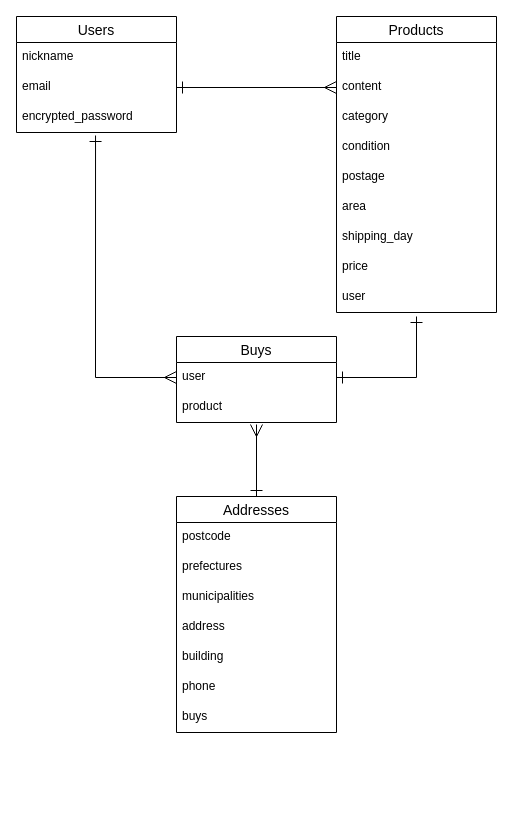
miki0221/furima-38086 keeps this draw.io diagram as ER.dio. Above is the earlier version. Source tidied: cells renumbered, new cells numbered last; positions are measured from the earlier drawing's top-left corner, leaving out a move shared by most shapes. Both pictures are drawn from the tidied source at 100%, with x=0, y=0 at pixel (16, 16).
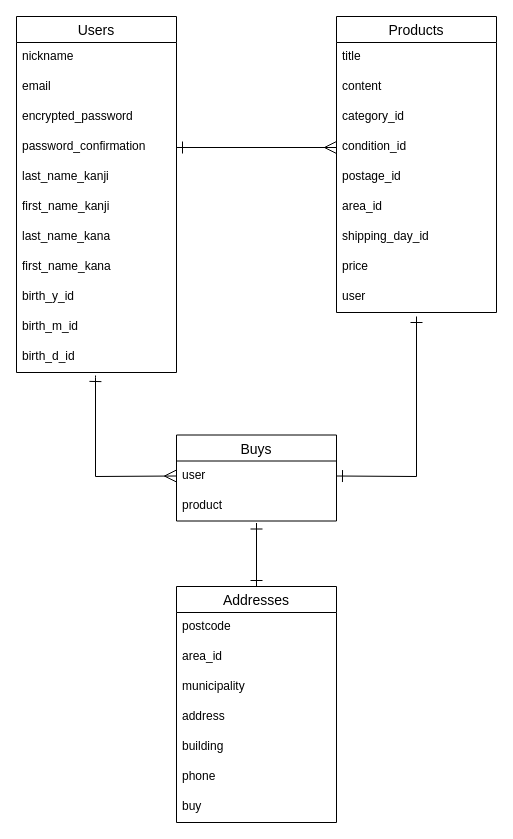
The same page after the edit.

Commit message (it also covers changes not shown here):
ER図、READMEの修正

The change refers to these unchanged cells:
```xml
<mxCell id="4" value="email" style="text;strokeColor=none;fillColor=none;spacingLeft=4;spacingRight=4;overflow=hidden;points=[[0,0.5],[1,0.5]];portConstraint=eastwest;fontSize=12;" parent="2" vertex="1">
  <mxGeometry y="56" width="160" height="30" as="geometry" />
</mxCell>
<mxCell id="6" value="Products" style="swimlane;fontStyle=0;horizontal=1;startSize=26;align=center;fontSize=14;" parent="1" vertex="1">
  <mxGeometry x="320" width="160" height="296" as="geometry" />
</mxCell>
<mxCell id="8" value="content" style="text;strokeColor=none;fillColor=none;spacingLeft=4;spacingRight=4;overflow=hidden;points=[[0,0.5],[1,0.5]];portConstraint=eastwest;fontSize=12;" parent="6" vertex="1">
  <mxGeometry y="56" width="160" height="30" as="geometry" />
</mxCell>
<mxCell id="18" value="user" style="text;strokeColor=none;fillColor=none;spacingLeft=4;spacingRight=4;overflow=hidden;points=[[0,0.5],[1,0.5]];portConstraint=eastwest;fontSize=12;" parent="17" vertex="1">
  <mxGeometry y="26" width="160" height="30" as="geometry" />
</mxCell>
<mxCell id="19" value="product" style="text;strokeColor=none;fillColor=none;spacingLeft=4;spacingRight=4;overflow=hidden;points=[[0,0.5],[1,0.5]];portConstraint=eastwest;fontSize=12;" parent="17" vertex="1">
  <mxGeometry y="56" width="160" height="30" as="geometry" />
</mxCell>
```

The edit, as a diff of the source:
```diff
@@
     <mxCell id="2" value="Users" style="swimlane;fontStyle=0;horizontal=1;startSize=26;align=center;fontSize=14;" parent="1" vertex="1">
-      <mxGeometry width="160" height="116" as="geometry" />
+      <mxGeometry width="160" height="356" as="geometry" />
     </mxCell>
@@
+    <mxCell id="32" value="encrypted_password" style="text;strokeColor=none;fillColor=none;spacingLeft=4;spacingRight=4;overflow=hidden;fontSize=12;" parent="2" vertex="1">
+      <mxGeometry y="86" width="160" height="30" as="geometry" />
+    </mxCell>
+    <mxCell id="33" value="password_confirmation" style="text;strokeColor=none;fillColor=none;spacingLeft=4;spacingRight=4;overflow=hidden;points=[[0,0.5],[1,0.5]];portConstraint=eastwest;fontSize=12;" parent="2" vertex="1">
+      <mxGeometry y="116" width="160" height="30" as="geometry" />
+    </mxCell>
+    <mxCell id="34" value="last_name_kanji" style="text;strokeColor=none;fillColor=none;spacingLeft=4;spacingRight=4;overflow=hidden;fontSize=12;" parent="2" vertex="1">
+      <mxGeometry y="146" width="160" height="30" as="geometry" />
+    </mxCell>
+    <mxCell id="35" value="first_name_kanji" style="text;strokeColor=none;fillColor=none;spacingLeft=4;spacingRight=4;overflow=hidden;fontSize=12;" parent="2" vertex="1">
+      <mxGeometry y="176" width="160" height="30" as="geometry" />
+    </mxCell>
+    <mxCell id="36" value="last_name_kana" style="text;strokeColor=none;fillColor=none;spacingLeft=4;spacingRight=4;overflow=hidden;fontSize=12;" parent="2" vertex="1">
+      <mxGeometry y="206" width="160" height="30" as="geometry" />
+    </mxCell>
+    <mxCell id="37" value="first_name_kana" style="text;strokeColor=none;fillColor=none;spacingLeft=4;spacingRight=4;overflow=hidden;fontSize=12;" parent="2" vertex="1">
+      <mxGeometry y="236" width="160" height="30" as="geometry" />
+    </mxCell>
+    <mxCell id="38" value="birth_y_id" style="text;strokeColor=none;fillColor=none;spacingLeft=4;spacingRight=4;overflow=hidden;fontSize=12;" parent="2" vertex="1">
+      <mxGeometry y="266" width="160" height="30" as="geometry" />
+    </mxCell>
+    <mxCell id="39" value="birth_m_id" style="text;strokeColor=none;fillColor=none;spacingLeft=4;spacingRight=4;overflow=hidden;fontSize=12;" parent="2" vertex="1">
+      <mxGeometry y="296" width="160" height="30" as="geometry" />
+    </mxCell>
-    <mxCell id="5" value="encrypted_password" style="text;strokeColor=none;fillColor=none;spacingLeft=4;spacingRight=4;overflow=hidden;points=[[0,0.5],[1,0.5]];portConstraint=eastwest;fontSize=12;" parent="2" vertex="1">
-      <mxGeometry y="86" width="160" height="30" as="geometry" />
+    <mxCell id="5" value="birth_d_id" style="text;strokeColor=none;fillColor=none;spacingLeft=4;spacingRight=4;overflow=hidden;points=[[0,0.5],[1,0.5]];portConstraint=eastwest;fontSize=12;" parent="2" vertex="1">
+      <mxGeometry y="326" width="160" height="30" as="geometry" />
     </mxCell>
@@
-    <mxCell id="9" value="category" style="text;strokeColor=none;fillColor=none;spacingLeft=4;spacingRight=4;overflow=hidden;fontSize=12;" parent="6" vertex="1">
+    <mxCell id="9" value="category_id" style="text;strokeColor=none;fillColor=none;spacingLeft=4;spacingRight=4;overflow=hidden;fontSize=12;" parent="6" vertex="1">
       <mxGeometry y="86" width="160" height="30" as="geometry" />
     </mxCell>
-    <mxCell id="10" value="condition" style="text;strokeColor=none;fillColor=none;spacingLeft=4;spacingRight=4;overflow=hidden;points=[[0,0.5],[1,0.5]];portConstraint=eastwest;fontSize=12;" parent="6" vertex="1">
+    <mxCell id="10" value="condition_id" style="text;strokeColor=none;fillColor=none;spacingLeft=4;spacingRight=4;overflow=hidden;points=[[0,0.5],[1,0.5]];portConstraint=eastwest;fontSize=12;" parent="6" vertex="1">
       <mxGeometry y="116" width="160" height="30" as="geometry" />
     </mxCell>
-    <mxCell id="11" value="postage" style="text;strokeColor=none;fillColor=none;spacingLeft=4;spacingRight=4;overflow=hidden;fontSize=12;" parent="6" vertex="1">
+    <mxCell id="11" value="postage_id" style="text;strokeColor=none;fillColor=none;spacingLeft=4;spacingRight=4;overflow=hidden;fontSize=12;" parent="6" vertex="1">
       <mxGeometry y="146" width="160" height="30" as="geometry" />
     </mxCell>
-    <mxCell id="12" value="area" style="text;strokeColor=none;fillColor=none;spacingLeft=4;spacingRight=4;overflow=hidden;fontSize=12;" parent="6" vertex="1">
+    <mxCell id="12" value="area_id" style="text;strokeColor=none;fillColor=none;spacingLeft=4;spacingRight=4;overflow=hidden;fontSize=12;" parent="6" vertex="1">
       <mxGeometry y="176" width="160" height="30" as="geometry" />
     </mxCell>
-    <mxCell id="13" value="shipping_day" style="text;strokeColor=none;fillColor=none;spacingLeft=4;spacingRight=4;overflow=hidden;fontSize=12;" parent="6" vertex="1">
+    <mxCell id="13" value="shipping_day_id" style="text;strokeColor=none;fillColor=none;spacingLeft=4;spacingRight=4;overflow=hidden;fontSize=12;" parent="6" vertex="1">
       <mxGeometry y="206" width="160" height="30" as="geometry" />
     </mxCell>
@@
-    <mxCell id="16" style="edgeStyle=none;html=1;exitX=1;exitY=0.5;exitDx=0;exitDy=0;entryX=0;entryY=0.5;entryDx=0;entryDy=0;endArrow=ERmany;endFill=0;startArrow=ERone;startFill=0;endSize=10;startSize=10;" parent="1" edge="1" source="4" target="8">
+    <mxCell id="16" style="edgeStyle=none;html=1;exitX=1;exitY=0.5;exitDx=0;exitDy=0;entryX=0;entryY=0.5;entryDx=0;entryDy=0;endArrow=ERmany;endFill=0;startArrow=ERone;startFill=0;endSize=10;startSize=10;" parent="1" edge="1" source="33" target="10">
       <mxGeometry relative="1" as="geometry" />
     </mxCell>
     <mxCell id="17" value="Buys" style="swimlane;fontStyle=0;horizontal=1;startSize=26;align=center;fontSize=14;" parent="1" vertex="1">
-      <mxGeometry x="160" y="320" width="160" height="86" as="geometry" />
+      <mxGeometry x="160" y="418.5" width="160" height="86" as="geometry" />
     </mxCell>
@@
     <mxCell id="20" style="html=1;exitX=0;exitY=0.5;exitDx=0;exitDy=0;entryX=0.494;entryY=1.1;entryDx=0;entryDy=0;entryPerimeter=0;endArrow=ERone;endFill=0;startArrow=ERmany;startFill=0;rounded=0;endSize=10;startSize=10;" parent="1" edge="1" source="18" target="5">
       <mxGeometry relative="1" as="geometry">
         <Array as="points">
+          <mxPoint x="79" y="460" />
           <mxPoint x="79" y="361" />
         </Array>
       </mxGeometry>
     </mxCell>
     <mxCell id="21" style="edgeStyle=none;html=1;exitX=1;exitY=0.5;exitDx=0;exitDy=0;startArrow=ERone;startFill=0;endArrow=ERone;endFill=0;rounded=0;endSize=10;startSize=10;" parent="1" edge="1" source="18">
       <mxGeometry relative="1" as="geometry">
         <mxPoint x="400" y="300" as="targetPoint" />
         <Array as="points">
-          <mxPoint x="400" y="361" />
+          <mxPoint x="400" y="460" />
         </Array>
       </mxGeometry>
     </mxCell>
@@
-    <mxCell id="23" style="edgeStyle=none;html=1;exitX=0.5;exitY=0;exitDx=0;exitDy=0;entryX=0.5;entryY=1.067;entryDx=0;entryDy=0;entryPerimeter=0;endSize=10;startSize=10;endArrow=ERmany;endFill=0;startArrow=ERone;startFill=0;" parent="1" edge="1" source="24" target="19">
+    <mxCell id="23" style="edgeStyle=none;html=1;exitX=0.5;exitY=0;exitDx=0;exitDy=0;entryX=0.5;entryY=1.067;entryDx=0;entryDy=0;entryPerimeter=0;endSize=10;startSize=10;endArrow=ERone;endFill=0;startArrow=ERone;startFill=0;" parent="1" edge="1" source="24" target="19">
       <mxGeometry relative="1" as="geometry" />
     </mxCell>
     <mxCell id="24" value="Addresses" style="swimlane;fontStyle=0;horizontal=1;startSize=26;align=center;fontSize=14;" parent="1" vertex="1">
-      <mxGeometry x="160" y="480" width="160" height="236" as="geometry" />
+      <mxGeometry x="160" y="570" width="160" height="236" as="geometry" />
     </mxCell>
@@
-    <mxCell id="26" value="prefectures" style="text;strokeColor=none;fillColor=none;spacingLeft=4;spacingRight=4;overflow=hidden;fontSize=12;" parent="24" vertex="1">
+    <mxCell id="26" value="area_id" style="text;strokeColor=none;fillColor=none;spacingLeft=4;spacingRight=4;overflow=hidden;fontSize=12;" parent="24" vertex="1">
       <mxGeometry y="56" width="160" height="30" as="geometry" />
     </mxCell>
-    <mxCell id="27" value="municipalities" style="text;strokeColor=none;fillColor=none;spacingLeft=4;spacingRight=4;overflow=hidden;fontSize=12;" parent="24" vertex="1">
+    <mxCell id="27" value="municipality" style="text;strokeColor=none;fillColor=none;spacingLeft=4;spacingRight=4;overflow=hidden;fontSize=12;" parent="24" vertex="1">
       <mxGeometry y="86" width="160" height="30" as="geometry" />
     </mxCell>
@@
-    <mxCell id="31" value="buys" style="text;strokeColor=none;fillColor=none;spacingLeft=4;spacingRight=4;overflow=hidden;fontSize=12;" parent="24" vertex="1">
+    <mxCell id="31" value="buy" style="text;strokeColor=none;fillColor=none;spacingLeft=4;spacingRight=4;overflow=hidden;fontSize=12;" parent="24" vertex="1">
       <mxGeometry y="206" width="160" height="30" as="geometry" />
     </mxCell>
```
